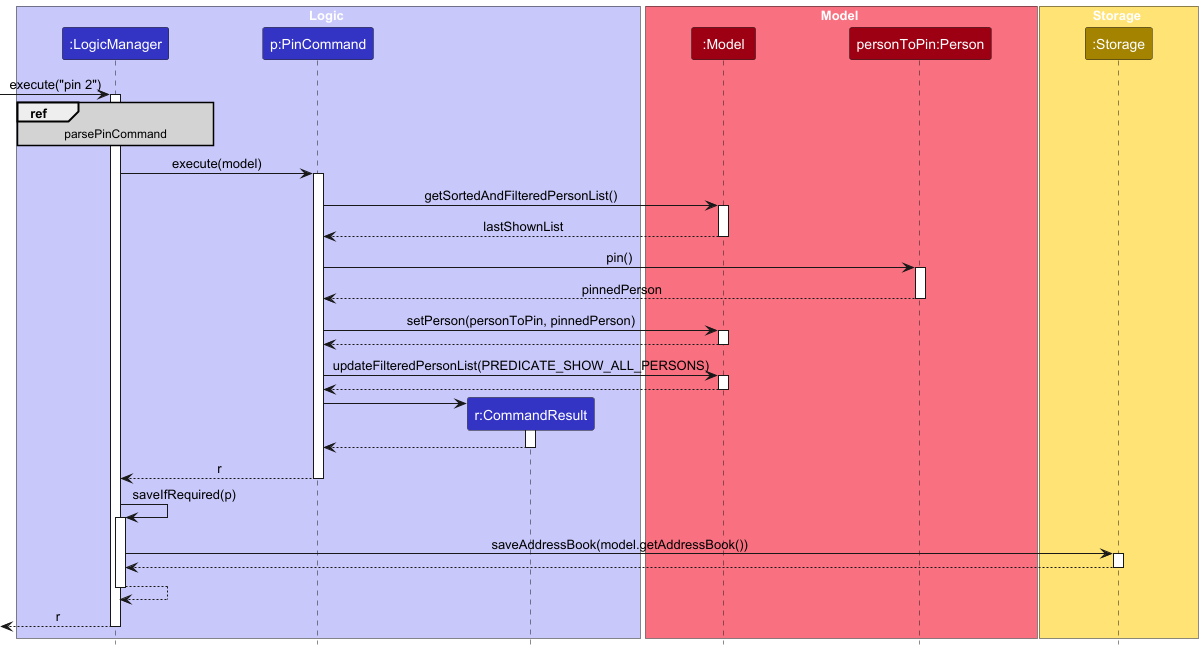
Earlier version of the PlantUML export docs/images/PinSequenceDiagram.png (AY2526S1-CS2103-F12-2/tp).
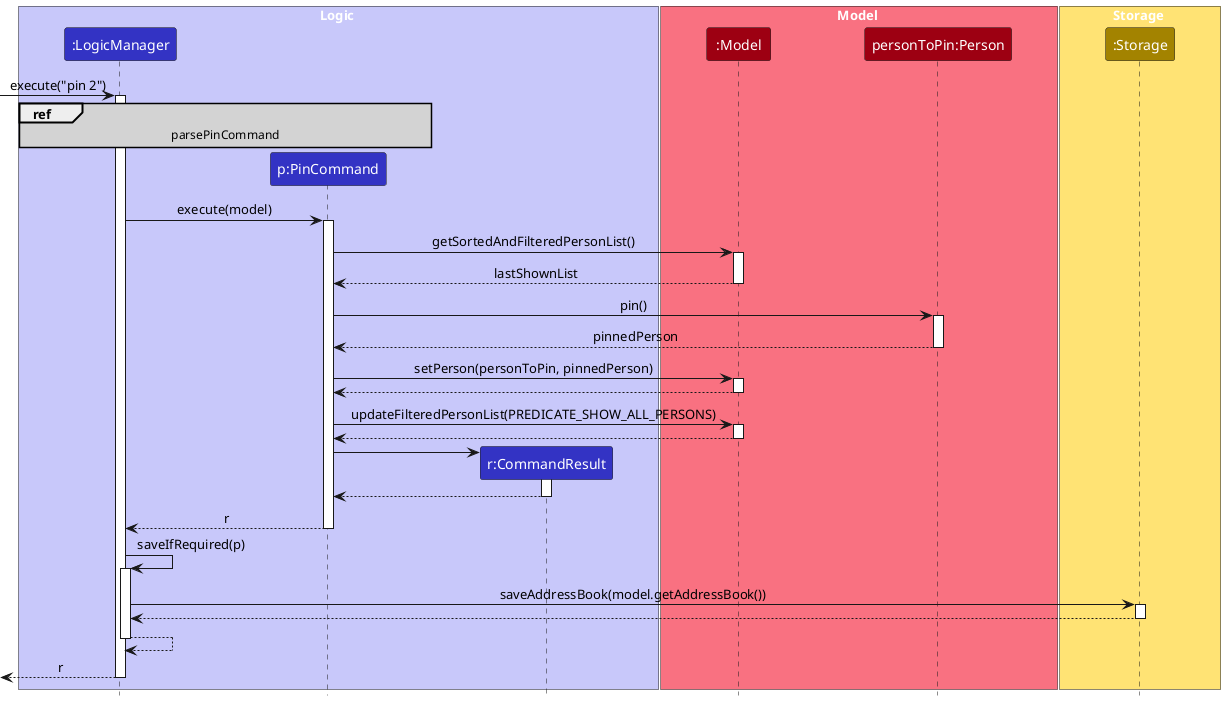
Later version of the same file.

Commit message:
Update pin diagram

Diff of the diagram source:
```diff
@@ -23,7 +23,10 @@
 [-> LogicManager : execute("pin 2")
 activate LogicManager
 
-ref over LogicManager: parsePinCommand
+ref over LogicManager, PinCommand: parsePinCommand
+
+create PinCommand
+LogicManager[hidden]-> PinCommand
 
 LogicManager -> PinCommand : execute(model)
 activate PinCommand
```
